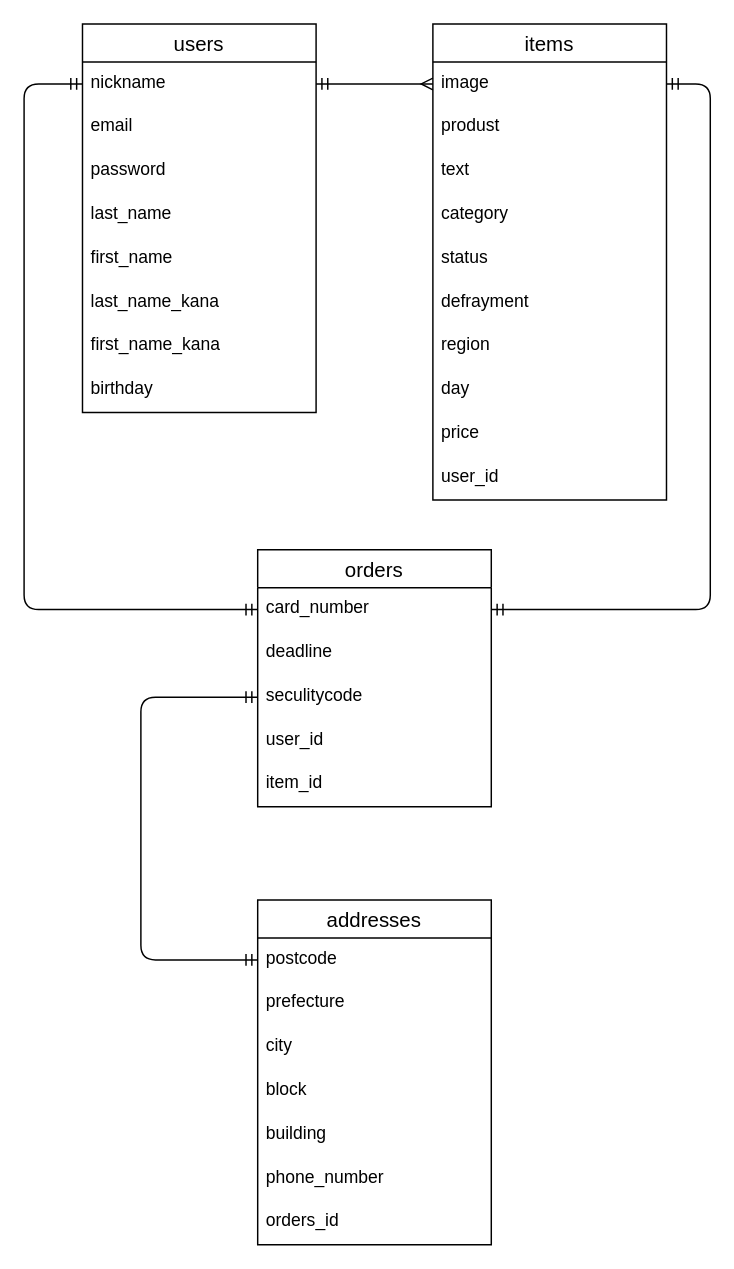
Earlier version of the draw.io diagram database.dio (Muck023/furima-38160). Source tidied: cells renumbered, new cells numbered last; positions are measured from the earlier drawing's top-left corner, leaving out a move shared by most shapes. Both pictures are drawn from the tidied source at 146%, with x=0, y=0 at pixel (23, 23).
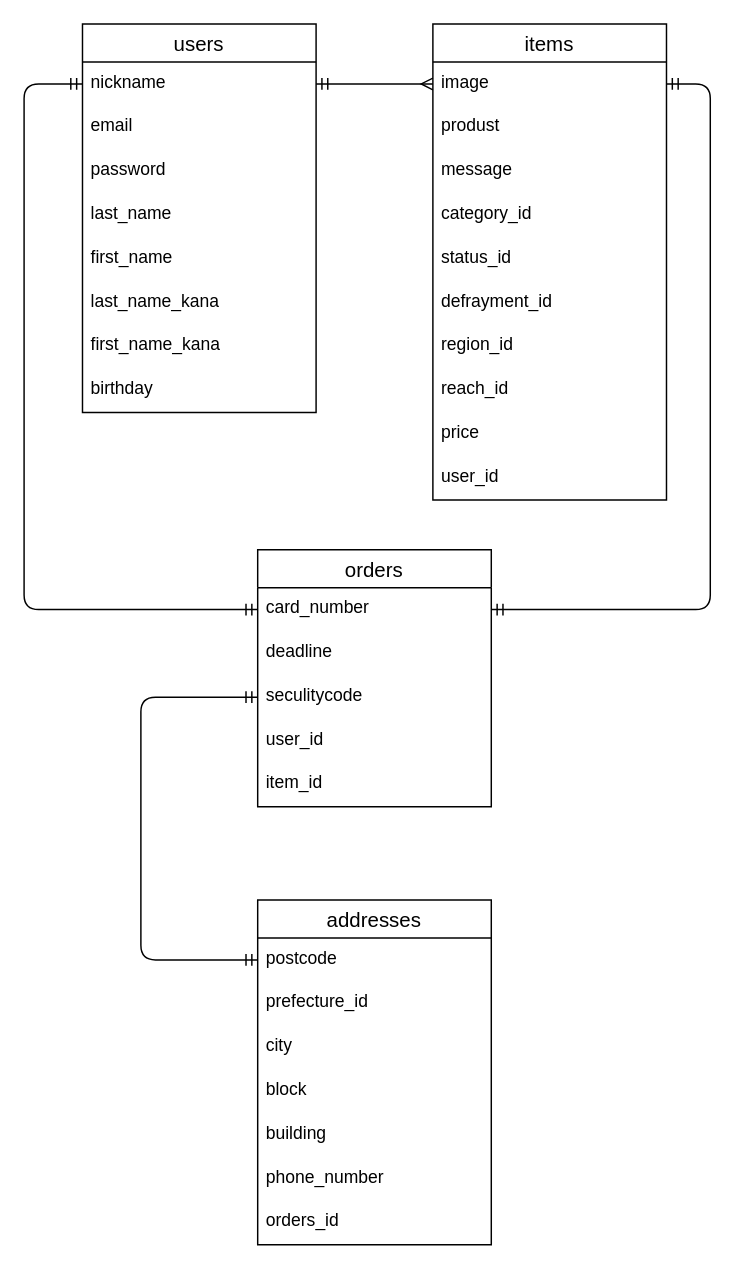
The same diagram, later.

Commit message (it also covers changes not shown here):
データベース設計の修正

Unchanged cells that the change refers to:
```xml
<mxCell id="11" value="items" style="swimlane;fontStyle=0;horizontal=1;startSize=26;align=center;fontSize=14;" parent="1" vertex="1">
  <mxGeometry x="280" width="160" height="326" as="geometry" />
</mxCell>
<mxCell id="30" value="addresses" style="swimlane;fontStyle=0;horizontal=1;startSize=26;align=center;fontSize=14;" parent="1" vertex="1">
  <mxGeometry x="160" y="600" width="160" height="236" as="geometry" />
</mxCell>
```

What changed in the source:
```diff
@@
-    <mxCell id="14" value="text" style="text;strokeColor=none;fillColor=none;spacingLeft=4;spacingRight=4;overflow=hidden;fontSize=12;" parent="11" vertex="1">
+    <mxCell id="14" value="message" style="text;strokeColor=none;fillColor=none;spacingLeft=4;spacingRight=4;overflow=hidden;fontSize=12;" parent="11" vertex="1">
       <mxGeometry y="86" width="160" height="30" as="geometry" />
     </mxCell>
-    <mxCell id="15" value="category" style="text;strokeColor=none;fillColor=none;spacingLeft=4;spacingRight=4;overflow=hidden;fontSize=12;" parent="11" vertex="1">
+    <mxCell id="15" value="category_id" style="text;strokeColor=none;fillColor=none;spacingLeft=4;spacingRight=4;overflow=hidden;fontSize=12;" parent="11" vertex="1">
       <mxGeometry y="116" width="160" height="30" as="geometry" />
     </mxCell>
-    <mxCell id="16" value="status" style="text;strokeColor=none;fillColor=none;spacingLeft=4;spacingRight=4;overflow=hidden;fontSize=12;" parent="11" vertex="1">
+    <mxCell id="16" value="status_id" style="text;strokeColor=none;fillColor=none;spacingLeft=4;spacingRight=4;overflow=hidden;fontSize=12;" parent="11" vertex="1">
       <mxGeometry y="146" width="160" height="30" as="geometry" />
     </mxCell>
-    <mxCell id="17" value="defrayment" style="text;strokeColor=none;fillColor=none;spacingLeft=4;spacingRight=4;overflow=hidden;fontSize=12;" parent="11" vertex="1">
+    <mxCell id="17" value="defrayment_id" style="text;strokeColor=none;fillColor=none;spacingLeft=4;spacingRight=4;overflow=hidden;fontSize=12;" parent="11" vertex="1">
       <mxGeometry y="176" width="160" height="30" as="geometry" />
     </mxCell>
-    <mxCell id="18" value="region" style="text;strokeColor=none;fillColor=none;spacingLeft=4;spacingRight=4;overflow=hidden;fontSize=12;" parent="11" vertex="1">
+    <mxCell id="18" value="region_id" style="text;strokeColor=none;fillColor=none;spacingLeft=4;spacingRight=4;overflow=hidden;fontSize=12;" parent="11" vertex="1">
       <mxGeometry y="206" width="160" height="30" as="geometry" />
     </mxCell>
-    <mxCell id="19" value="day" style="text;strokeColor=none;fillColor=none;spacingLeft=4;spacingRight=4;overflow=hidden;fontSize=12;" parent="11" vertex="1">
+    <mxCell id="19" value="reach_id" style="text;strokeColor=none;fillColor=none;spacingLeft=4;spacingRight=4;overflow=hidden;fontSize=12;" parent="11" vertex="1">
       <mxGeometry y="236" width="160" height="30" as="geometry" />
     </mxCell>
@@
-    <mxCell id="32" value="prefecture" style="text;strokeColor=none;fillColor=none;spacingLeft=4;spacingRight=4;overflow=hidden;fontSize=12;" parent="30" vertex="1">
+    <mxCell id="32" value="prefecture_id" style="text;strokeColor=none;fillColor=none;spacingLeft=4;spacingRight=4;overflow=hidden;fontSize=12;" parent="30" vertex="1">
       <mxGeometry y="56" width="160" height="30" as="geometry" />
     </mxCell>
```
